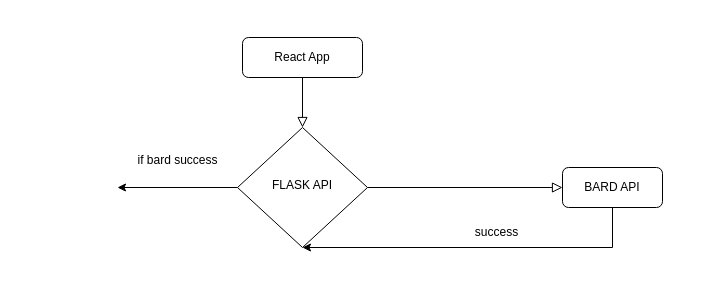
Earlier version of the draw.io diagram Untitled Diagram.drawio (jailbreakerVC/music-app). Source tidied: cells renumbered, new cells numbered last; positions are measured from the earlier drawing's top-left corner, leaving out a move shared by most shapes. Both pictures are drawn from the tidied source at 100%, with x=0, y=0 at pixel (117, 37).
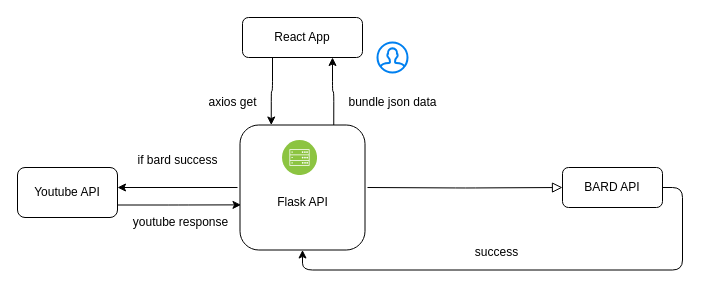
The same diagram, later.

The change refers to these unchanged cells:
```xml
<mxCell id="8" value="BARD API" style="rounded=1;whiteSpace=wrap;html=1;fontSize=12;glass=0;strokeWidth=1;shadow=0;" parent="1" vertex="1">
  <mxGeometry x="445" y="130" width="100" height="40" as="geometry" />
</mxCell>
```

The edit, as a diff of the source:
```diff
@@
-    <mxCell id="2" style="rounded=0;html=1;jettySize=auto;fontSize=11;endArrow=block;endFill=0;endSize=8;strokeWidth=1;shadow=0;labelBackgroundColor=none;edgeStyle=orthogonalEdgeStyle;" parent="1" edge="1" source="3" target="6">
-      <mxGeometry relative="1" as="geometry" />
-    </mxCell>
+    <mxCell id="11" style="edgeStyle=orthogonalEdgeStyle;rounded=1;jettySize=auto;html=1;exitX=0.25;exitY=1;exitDx=0;exitDy=0;entryX=0.25;entryY=0;entryDx=0;entryDy=0;" parent="1" edge="1" source="3" target="14">
+      <mxGeometry relative="1" as="geometry" />
+    </mxCell>
     <mxCell id="3" value="React App" style="rounded=1;whiteSpace=wrap;html=1;fontSize=12;glass=0;strokeWidth=1;shadow=0;" parent="1" vertex="1">
-      <mxGeometry x="125" width="120" height="40" as="geometry" />
+      <mxGeometry x="125" y="-20" width="120" height="40" as="geometry" />
     </mxCell>
-    <mxCell id="4" style="edgeStyle=orthogonalEdgeStyle;rounded=0;html=1;jettySize=auto;fontSize=11;endArrow=block;endFill=0;endSize=8;strokeWidth=1;shadow=0;labelBackgroundColor=none;" parent="1" edge="1" source="6" target="8">
-      <mxGeometry y="10" relative="1" as="geometry" />
+    <mxCell id="4" style="edgeStyle=orthogonalEdgeStyle;rounded=1;html=1;jettySize=auto;fontSize=11;endArrow=block;endFill=0;endSize=8;strokeWidth=1;shadow=0;labelBackgroundColor=none;" parent="1" edge="1" target="8">
+      <mxGeometry y="10" relative="1" as="geometry">
+        <mxPoint x="250" y="150" as="sourcePoint" />
+      </mxGeometry>
     </mxCell>
-    <mxCell id="5" style="edgeStyle=orthogonalEdgeStyle;rounded=0;jettySize=auto;html=1;" parent="1" edge="1" source="6">
+    <mxCell id="5" style="edgeStyle=orthogonalEdgeStyle;rounded=1;orthogonalLoop=1;jettySize=auto;html=1;" parent="1" edge="1">
       <mxGeometry relative="1" as="geometry">
+        <mxPoint x="120" y="150" as="sourcePoint" />
         <mxPoint y="150" as="targetPoint" />
       </mxGeometry>
     </mxCell>
-    <mxCell id="6" value="FLASK API" style="rhombus;whiteSpace=wrap;html=1;shadow=0;fontFamily=Helvetica;fontSize=12;align=center;strokeWidth=1;spacing=6;spacingTop=-4;" parent="1" vertex="1">
-      <mxGeometry x="120" y="90" width="130" height="120" as="geometry" />
-    </mxCell>
-    <mxCell id="7" style="edgeStyle=orthogonalEdgeStyle;rounded=0;jettySize=auto;html=1;entryX=0.5;entryY=1;entryDx=0;entryDy=0;" parent="1" edge="1" source="8" target="6">
-      <mxGeometry relative="1" as="geometry">
-        <Array as="points">
-          <mxPoint x="495" y="210" />
-        </Array>
-      </mxGeometry>
-    </mxCell>
+    <mxCell id="12" style="edgeStyle=orthogonalEdgeStyle;rounded=1;jettySize=auto;html=1;exitX=1;exitY=0.5;exitDx=0;exitDy=0;entryX=0.5;entryY=1;entryDx=0;entryDy=0;" parent="1" edge="1" source="8" target="14">
+      <mxGeometry relative="1" as="geometry" />
+    </mxCell>
@@
-    <mxCell id="9" value="success" style="text;html=1;align=center;verticalAlign=middle;strokeColor=none;fillColor=none;" parent="1" vertex="1">
-      <mxGeometry x="344" y="180" width="70" height="30" as="geometry" />
+    <mxCell id="9" value="success" style="text;html=1;align=center;verticalAlign=middle;strokeColor=none;fillColor=none;rounded=1;" parent="1" vertex="1">
+      <mxGeometry x="344" y="200" width="70" height="30" as="geometry" />
     </mxCell>
-    <mxCell id="10" value="if bard success" style="text;html=1;align=center;verticalAlign=middle;strokeColor=none;fillColor=none;" parent="1" vertex="1">
+    <mxCell id="10" value="if bard success" style="text;html=1;align=center;verticalAlign=middle;strokeColor=none;fillColor=none;rounded=1;" parent="1" vertex="1">
       <mxGeometry x="10" y="108" width="100" height="30" as="geometry" />
     </mxCell>
+    <mxCell id="13" style="edgeStyle=orthogonalEdgeStyle;rounded=1;jettySize=auto;html=1;exitX=0.75;exitY=0;exitDx=0;exitDy=0;entryX=0.75;entryY=1;entryDx=0;entryDy=0;" parent="1" edge="1" source="14" target="3">
+      <mxGeometry relative="1" as="geometry" />
+    </mxCell>
+    <mxCell id="14" value="&lt;br&gt;&lt;br&gt;Flask API" style="whiteSpace=wrap;html=1;rounded=1;" parent="1" vertex="1">
+      <mxGeometry x="122.5" y="87.5" width="125" height="125" as="geometry" />
+    </mxCell>
+    <mxCell id="15" style="html=1;verticalLabelPosition=bottom;align=center;labelBackgroundColor=#ffffff;verticalAlign=top;strokeWidth=2;strokeColor=#0080F0;shadow=0;dashed=0;shape=mxgraph.ios7.icons.user;rounded=1;" parent="1" vertex="1">
+      <mxGeometry x="260" y="5" width="30" height="30" as="geometry" />
+    </mxCell>
+    <mxCell id="16" style="image;perimeter=ellipsePerimeter;html=1;align=center;shadow=0;dashed=0;fontColor=#4277BB;labelBackgroundColor=default;fontSize=12;spacingTop=3;image=img/lib/ibm/infrastructure/mobile_backend.svg;rounded=1;" parent="1" vertex="1">
+      <mxGeometry x="165" y="103" width="35" height="35" as="geometry" />
+    </mxCell>
+    <mxCell id="17" style="edgeStyle=orthogonalEdgeStyle;rounded=1;jettySize=auto;html=1;exitX=1;exitY=0.75;exitDx=0;exitDy=0;entryX=0.008;entryY=0.639;entryDx=0;entryDy=0;entryPerimeter=0;" parent="1" edge="1" source="18" target="14">
+      <mxGeometry relative="1" as="geometry" />
+    </mxCell>
+    <mxCell id="18" value="Youtube API" style="rounded=1;whiteSpace=wrap;html=1;" parent="1" vertex="1">
+      <mxGeometry x="-100" y="130" width="100" height="50" as="geometry" />
+    </mxCell>
+    <mxCell id="19" value="youtube response" style="text;html=1;align=center;verticalAlign=middle;strokeColor=none;fillColor=none;rounded=1;" parent="1" vertex="1">
+      <mxGeometry x="2.5" y="170" width="120" height="30" as="geometry" />
+    </mxCell>
+    <mxCell id="20" value="bundle json data" style="text;html=1;align=center;verticalAlign=middle;strokeColor=none;fillColor=none;rounded=1;" parent="1" vertex="1">
+      <mxGeometry x="220" y="50" width="110" height="30" as="geometry" />
+    </mxCell>
+    <mxCell id="21" value="axios get" style="text;html=1;align=center;verticalAlign=middle;strokeColor=none;fillColor=none;rounded=1;" parent="1" vertex="1">
+      <mxGeometry x="80" y="50" width="70" height="30" as="geometry" />
+    </mxCell>
```
